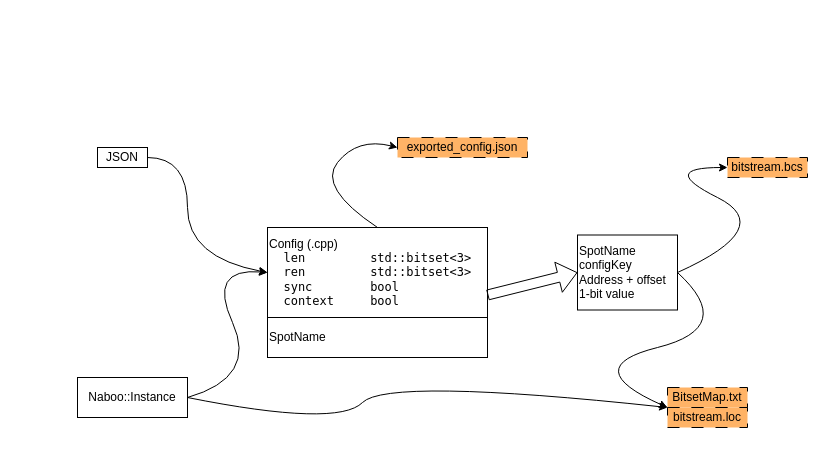
Above: Untitled Diagram.drawio in Ulmo-F/airport (draw.io), before the change. Source tidied: cells renumbered, new cells numbered last; positions are measured from the earlier drawing's top-left corner, leaving out a move shared by most shapes. Both pictures are drawn from the tidied source at 100%, with x=0, y=0 at pixel (77, 137).
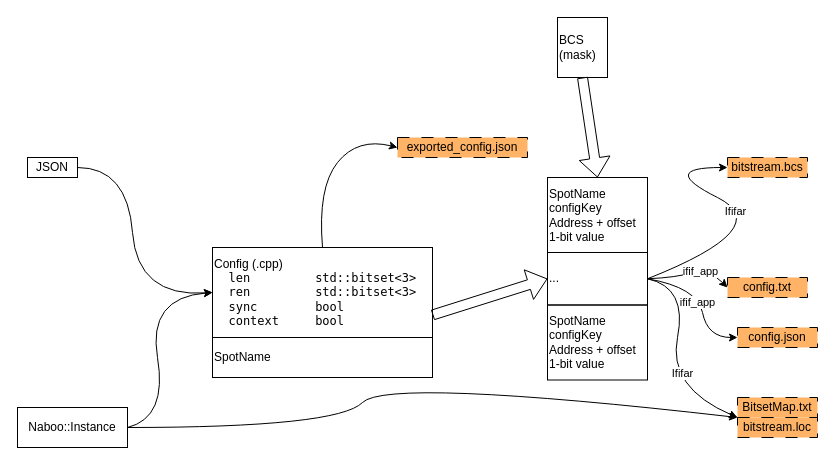
The same diagram, later.

Unchanged cells that the change refers to:
```xml
<mxCell id="16" value="bitstream.bcs" style="text;html=1;strokeColor=default;fillColor=#FFB366;align=center;verticalAlign=middle;whiteSpace=wrap;rounded=0;imageAlign=left;labelBackgroundColor=none;dashed=1;dashPattern=12 12;" parent="1" vertex="1">
  <mxGeometry x="650" y="20" width="80" height="20" as="geometry" />
</mxCell>
```

The edit, as a diff of the source:
```diff
@@
     <mxCell id="2" value="&lt;div&gt;&lt;font face=&quot;Helvetica&quot;&gt;Config (.cpp)&lt;/font&gt;&lt;/div&gt;&lt;div&gt;&lt;font face=&quot;Lucida Console&quot;&gt;&amp;nbsp; len&amp;nbsp;&amp;nbsp;&amp;nbsp;&amp;nbsp;&amp;nbsp;&amp;nbsp;&amp;nbsp;&amp;nbsp; std::bitset&amp;lt;3&amp;gt;&lt;br&gt;&amp;nbsp; ren&amp;nbsp;&amp;nbsp;&amp;nbsp;&amp;nbsp;&amp;nbsp;&amp;nbsp;&amp;nbsp;&amp;nbsp; std::bitset&amp;lt;3&amp;gt;&lt;br&gt;&amp;nbsp; sync&amp;nbsp;&amp;nbsp;&amp;nbsp;&amp;nbsp;&amp;nbsp;&amp;nbsp;&amp;nbsp; bool&lt;br&gt;&amp;nbsp; context&amp;nbsp;&amp;nbsp;&amp;nbsp;&amp;nbsp; bool&lt;br&gt;&lt;/font&gt;&lt;/div&gt;" style="text;html=1;strokeColor=default;fillColor=none;align=left;verticalAlign=middle;whiteSpace=wrap;rounded=0;imageAlign=left;" parent="1" vertex="1">
-      <mxGeometry x="190" y="90" width="220" height="90" as="geometry" />
+      <mxGeometry x="135" y="110" width="220" height="90" as="geometry" />
     </mxCell>
-    <mxCell id="3" style="shape=flexArrow;endArrow=classic;html=1;rounded=0;exitX=1;exitY=0.75;exitDx=0;exitDy=0;entryX=0;entryY=0.5;entryDx=0;entryDy=0;" parent="1" edge="1" source="2" target="11">
+    <mxCell id="3" style="shape=flexArrow;endArrow=classic;html=1;rounded=0;exitX=1;exitY=0.75;exitDx=0;exitDy=0;entryX=0;entryY=0.5;entryDx=0;entryDy=0;" parent="1" edge="1" source="2" target="21">
       <mxGeometry relative="1" as="geometry" />
     </mxCell>
     <mxCell id="4" value="&lt;div&gt;JSON&lt;/div&gt;" style="text;html=1;strokeColor=default;fillColor=none;align=center;verticalAlign=middle;whiteSpace=wrap;rounded=0;imageAlign=left;" parent="1" vertex="1">
-      <mxGeometry x="20" y="10" width="50" height="20" as="geometry" />
+      <mxGeometry x="-50" y="20" width="50" height="20" as="geometry" />
     </mxCell>
     <mxCell id="5" style="curved=1;endArrow=classic;html=1;rounded=0;exitX=1;exitY=0.5;exitDx=0;exitDy=0;entryX=0;entryY=0.5;entryDx=0;entryDy=0;" parent="1" edge="1" source="4" target="2">
       <mxGeometry relative="1" as="geometry">
         <Array as="points">
-          <mxPoint x="110" y="20" />
-          <mxPoint x="110" y="120" />
+          <mxPoint x="50" y="30" />
+          <mxPoint x="60" y="160" />
         </Array>
       </mxGeometry>
     </mxCell>
     <mxCell id="6" value="&lt;div&gt;Naboo::Instance&lt;/div&gt;" style="text;html=1;strokeColor=default;fillColor=none;align=center;verticalAlign=middle;whiteSpace=wrap;rounded=0;imageAlign=left;" parent="1" vertex="1">
-      <mxGeometry y="240" width="110" height="40" as="geometry" />
+      <mxGeometry x="-60" y="270" width="110" height="40" as="geometry" />
     </mxCell>
     <mxCell id="7" style="curved=1;endArrow=classic;html=1;rounded=0;exitX=1;exitY=0.5;exitDx=0;exitDy=0;entryX=0;entryY=0.5;entryDx=0;entryDy=0;" parent="1" edge="1" source="6" target="2">
       <mxGeometry relative="1" as="geometry">
         <Array as="points">
-          <mxPoint x="180" y="240" />
-          <mxPoint x="130" y="130" />
+          <mxPoint x="90" y="280" />
+          <mxPoint x="70" y="160" />
         </Array>
       </mxGeometry>
     </mxCell>
@@
     <mxCell id="10" value="&lt;div&gt;SpotName&lt;br&gt;&lt;/div&gt;" style="text;html=1;strokeColor=default;fillColor=none;align=left;verticalAlign=middle;whiteSpace=wrap;rounded=0;imageAlign=left;" parent="1" vertex="1">
-      <mxGeometry x="190" y="180" width="220" height="40" as="geometry" />
+      <mxGeometry x="135" y="200" width="220" height="40" as="geometry" />
     </mxCell>
     <mxCell id="11" value="&lt;div align=&quot;left&quot;&gt;SpotName&lt;/div&gt;&lt;div align=&quot;left&quot;&gt;configKey&lt;/div&gt;&lt;div align=&quot;left&quot;&gt;Address + offset&lt;/div&gt;&lt;div align=&quot;left&quot;&gt;1-bit value&lt;br&gt;&lt;/div&gt;" style="text;html=1;strokeColor=default;fillColor=none;align=left;verticalAlign=middle;whiteSpace=wrap;rounded=0;imageAlign=left;" parent="1" vertex="1">
-      <mxGeometry x="500" y="97.5" width="100" height="75" as="geometry" />
+      <mxGeometry x="470" y="167.5" width="100" height="75" as="geometry" />
     </mxCell>
     <mxCell id="12" value="&lt;div&gt;BitsetMap.txt&lt;/div&gt;" style="text;html=1;strokeColor=default;fillColor=#FFB366;align=center;verticalAlign=middle;whiteSpace=wrap;rounded=0;imageAlign=left;dashed=1;dashPattern=12 12;" parent="1" vertex="1">
-      <mxGeometry x="590" y="250" width="80" height="20" as="geometry" />
+      <mxGeometry x="660" y="260" width="80" height="20" as="geometry" />
     </mxCell>
     <mxCell id="13" value="&lt;div&gt;bitstream.loc&lt;/div&gt;" style="text;html=1;strokeColor=default;fillColor=#FFB366;align=center;verticalAlign=middle;whiteSpace=wrap;rounded=0;imageAlign=left;dashed=1;dashPattern=12 12;" parent="1" vertex="1">
-      <mxGeometry x="590" y="270" width="80" height="20" as="geometry" />
+      <mxGeometry x="660" y="280" width="80" height="20" as="geometry" />
     </mxCell>
-    <mxCell id="14" style="curved=1;endArrow=classic;html=1;rounded=0;exitX=1;exitY=0.5;exitDx=0;exitDy=0;" parent="1" edge="1" source="6">
+    <mxCell id="14" style="curved=1;endArrow=classic;html=1;rounded=0;exitX=1;exitY=0.5;exitDx=0;exitDy=0;entryX=0;entryY=0;entryDx=0;entryDy=0;" parent="1" edge="1" source="6" target="13">
       <mxGeometry relative="1" as="geometry">
-        <mxPoint x="590" y="270" as="targetPoint" />
         <Array as="points">
           <mxPoint x="260" y="290" />
           <mxPoint x="310" y="240" />
         </Array>
       </mxGeometry>
     </mxCell>
-    <mxCell id="15" style="curved=1;endArrow=classic;html=1;rounded=0;exitX=1;exitY=0.5;exitDx=0;exitDy=0;entryX=0;entryY=0;entryDx=0;entryDy=0;" parent="1" edge="1" source="11" target="13">
+    <mxCell id="15" style="curved=1;endArrow=classic;html=1;rounded=0;exitX=1;exitY=0.5;exitDx=0;exitDy=0;entryX=0;entryY=0;entryDx=0;entryDy=0;" parent="1" edge="1" source="21" target="13">
       <mxGeometry relative="1" as="geometry">
         <Array as="points">
-          <mxPoint x="660" y="190" />
-          <mxPoint x="500" y="230" />
+          <mxPoint x="610" y="150" />
+          <mxPoint x="590" y="250" />
         </Array>
       </mxGeometry>
     </mxCell>
+    <mxCell id="18" value="&lt;div&gt;Ififar&lt;/div&gt;" style="edgeLabel;html=1;align=center;verticalAlign=middle;" parent="15" vertex="1">
+      <mxGeometry x="0.15" y="11" relative="1" as="geometry" />
+    </mxCell>
@@
-    <mxCell id="17" style="curved=1;endArrow=classic;html=1;rounded=0;exitX=1;exitY=0.5;exitDx=0;exitDy=0;entryX=0;entryY=0.5;entryDx=0;entryDy=0;" parent="1" edge="1" source="11" target="16">
+    <mxCell id="17" style="curved=1;endArrow=classic;html=1;rounded=0;exitX=1;exitY=0.5;exitDx=0;exitDy=0;entryX=0;entryY=0.5;entryDx=0;entryDy=0;" parent="1" edge="1" source="21" target="16">
       <mxGeometry relative="1" as="geometry">
         <Array as="points">
           <mxPoint x="700" y="90" />
           <mxPoint x="580" y="30" />
         </Array>
       </mxGeometry>
     </mxCell>
+    <mxCell id="19" value="&lt;div&gt;Ififar&lt;/div&gt;" style="edgeLabel;html=1;align=center;verticalAlign=middle;" parent="17" vertex="1">
+      <mxGeometry x="0.07" y="4" relative="1" as="geometry">
+        <mxPoint x="-1" as="offset" />
+      </mxGeometry>
+    </mxCell>
+    <mxCell id="20" value="&lt;div align=&quot;left&quot;&gt;SpotName&lt;/div&gt;&lt;div align=&quot;left&quot;&gt;configKey&lt;/div&gt;&lt;div align=&quot;left&quot;&gt;Address + offset&lt;/div&gt;&lt;div align=&quot;left&quot;&gt;1-bit value&lt;br&gt;&lt;/div&gt;" style="text;html=1;strokeColor=default;fillColor=none;align=left;verticalAlign=middle;whiteSpace=wrap;rounded=0;imageAlign=left;" parent="1" vertex="1">
+      <mxGeometry x="470" y="40" width="100" height="75" as="geometry" />
+    </mxCell>
+    <mxCell id="21" value="..." style="text;html=1;strokeColor=default;fillColor=none;align=left;verticalAlign=middle;whiteSpace=wrap;rounded=0;imageAlign=left;" parent="1" vertex="1">
+      <mxGeometry x="470" y="115" width="100" height="52.5" as="geometry" />
+    </mxCell>
+    <mxCell id="22" value="&lt;div&gt;BCS&lt;/div&gt;&lt;div&gt;(mask)&lt;br&gt;&lt;/div&gt;" style="text;html=1;strokeColor=default;fillColor=none;align=left;verticalAlign=middle;whiteSpace=wrap;rounded=0;imageAlign=left;" parent="1" vertex="1">
+      <mxGeometry x="480" y="-120" width="50" height="60" as="geometry" />
+    </mxCell>
+    <mxCell id="23" style="shape=flexArrow;endArrow=classic;html=1;rounded=0;exitX=0.5;exitY=1;exitDx=0;exitDy=0;entryX=0.5;entryY=0;entryDx=0;entryDy=0;" parent="1" edge="1" source="22" target="20">
+      <mxGeometry relative="1" as="geometry" />
+    </mxCell>
+    <mxCell id="24" value="config.txt" style="text;html=1;strokeColor=default;fillColor=#FFB366;align=center;verticalAlign=middle;whiteSpace=wrap;rounded=0;imageAlign=left;labelBackgroundColor=none;dashed=1;dashPattern=12 12;" parent="1" vertex="1">
+      <mxGeometry x="650" y="140" width="80" height="20" as="geometry" />
+    </mxCell>
+    <mxCell id="25" style="curved=1;endArrow=classic;html=1;rounded=0;entryX=0;entryY=0.5;entryDx=0;entryDy=0;exitX=1;exitY=0.5;exitDx=0;exitDy=0;" parent="1" edge="1" source="21" target="24">
+      <mxGeometry relative="1" as="geometry">
+        <Array as="points">
+          <mxPoint x="600" y="140" />
+          <mxPoint x="630" y="130" />
+        </Array>
+      </mxGeometry>
+    </mxCell>
+    <mxCell id="26" value="ifif_app" style="edgeLabel;html=1;align=center;verticalAlign=middle;" parent="25" vertex="1">
+      <mxGeometry x="0.17" y="-1" relative="1" as="geometry" />
+    </mxCell>
+    <mxCell id="27" value="config.json" style="text;html=1;strokeColor=default;fillColor=#FFB366;align=center;verticalAlign=middle;whiteSpace=wrap;rounded=0;imageAlign=left;labelBackgroundColor=none;dashed=1;dashPattern=12 12;" parent="1" vertex="1">
+      <mxGeometry x="660" y="190" width="80" height="20" as="geometry" />
+    </mxCell>
+    <mxCell id="28" style="curved=1;endArrow=classic;html=1;rounded=0;exitX=1;exitY=0.5;exitDx=0;exitDy=0;entryX=0;entryY=0.5;entryDx=0;entryDy=0;" parent="1" edge="1" source="21" target="27">
+      <mxGeometry relative="1" as="geometry">
+        <Array as="points">
+          <mxPoint x="620" y="150" />
+          <mxPoint x="630" y="200" />
+        </Array>
+      </mxGeometry>
+    </mxCell>
+    <mxCell id="29" value="ifif_app" style="edgeLabel;html=1;align=center;verticalAlign=middle;" parent="28" vertex="1">
+      <mxGeometry x="-0.01" y="-3" relative="1" as="geometry" />
+    </mxCell>
```
